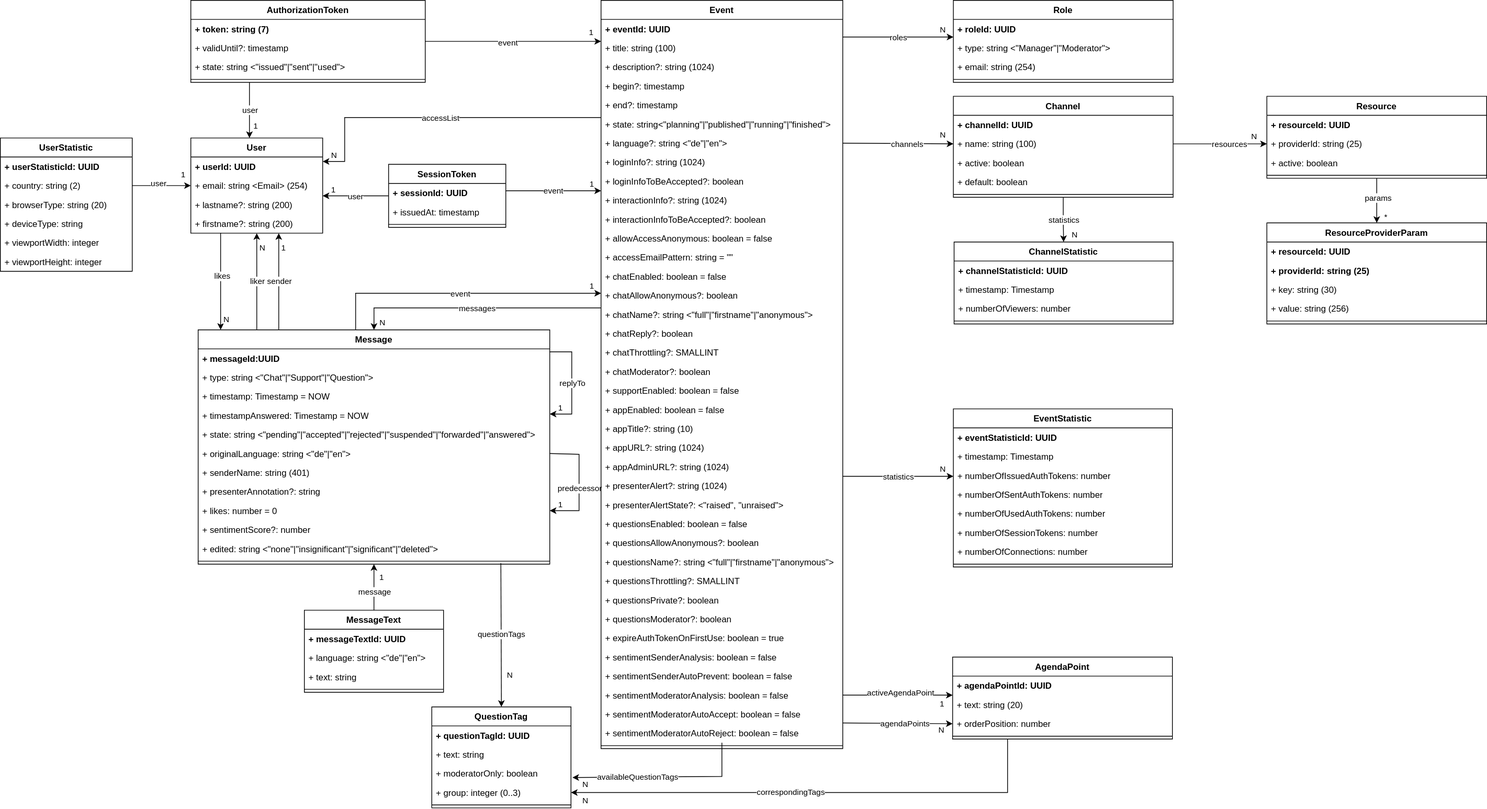
Above: doc/2-specification-datamodel.svg in rse/broadcast (draw.io), before the change. Source tidied: cells renumbered, new cells last; positions are measured from the earlier drawing's top-left corner, leaving out a move shared by most shapes.
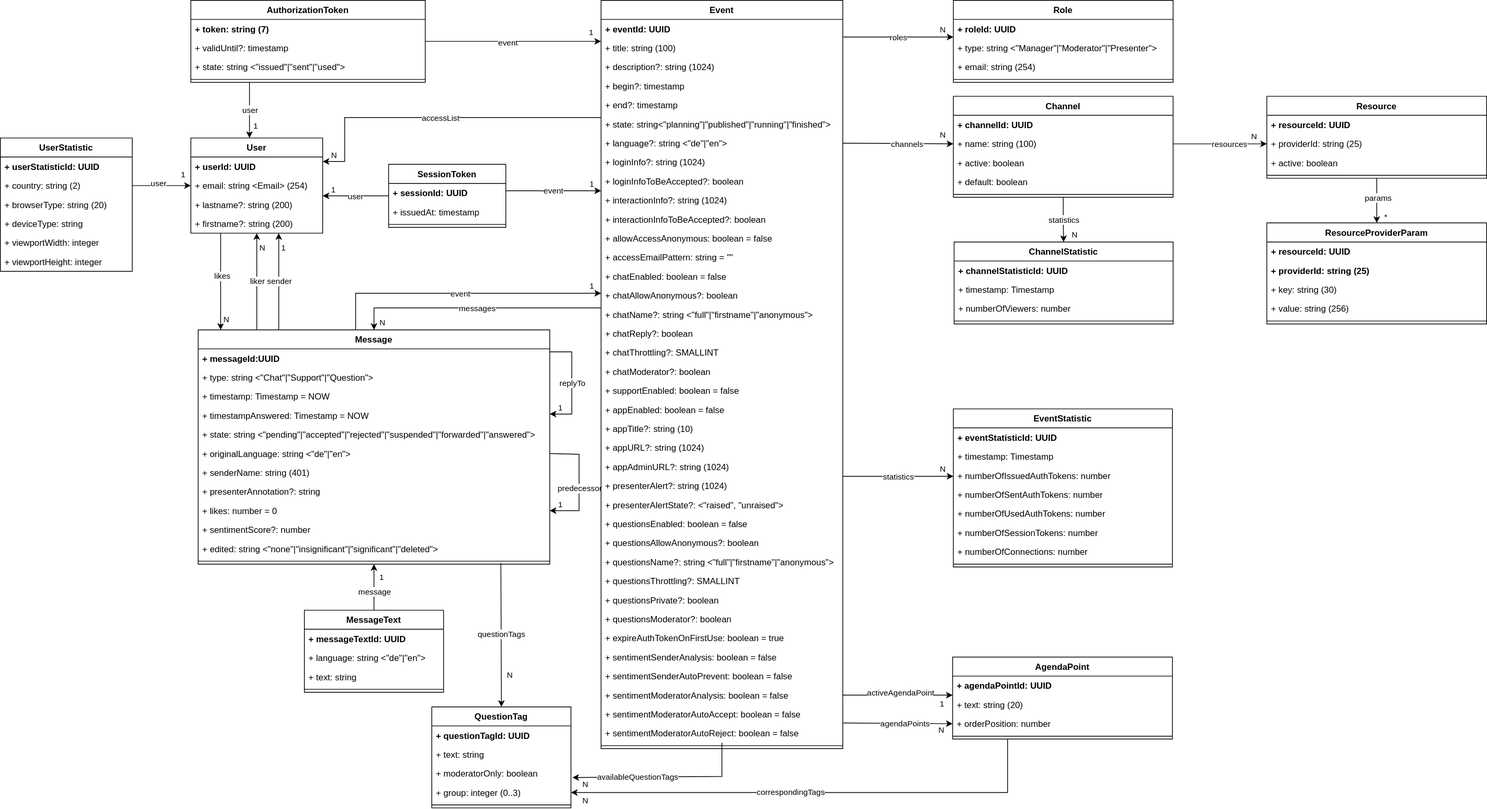
The same file after the commit.

Commit message:
added "Presenter" as role

Diff of the diagram source:
```diff
@@ -100,7 +100,7 @@
     <mxCell id="32" value="+ roleId: UUID" style="text;strokeColor=none;fillColor=none;align=left;verticalAlign=top;spacingLeft=4;spacingRight=4;overflow=hidden;whiteSpace=wrap;html=1;fontStyle=1;" parent="31" vertex="1">
       <mxGeometry y="26" width="300" height="26" as="geometry" />
     </mxCell>
-    <mxCell id="33" value="+ type: string &amp;lt;&quot;Manager&quot;|&quot;Moderator&quot;&amp;gt;" style="text;strokeColor=none;fillColor=none;align=left;verticalAlign=top;spacingLeft=4;spacingRight=4;overflow=hidden;whiteSpace=wrap;html=1;" parent="31" vertex="1">
+    <mxCell id="33" value="+ type: string &amp;lt;&quot;Manager&quot;|&quot;Moderator&quot;|&quot;Presenter&quot;&amp;gt;" style="text;strokeColor=none;fillColor=none;align=left;verticalAlign=top;spacingLeft=4;spacingRight=4;overflow=hidden;whiteSpace=wrap;html=1;" parent="31" vertex="1">
       <mxGeometry y="52" width="300" height="26" as="geometry" />
     </mxCell>
     <mxCell id="34" value="&lt;span&gt;+ email: string (254)&lt;/span&gt;" style="text;strokeColor=none;fillColor=none;align=left;verticalAlign=top;spacingLeft=4;spacingRight=4;overflow=hidden;whiteSpace=wrap;html=1;fontStyle=0;" parent="31" vertex="1">
```
